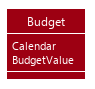
Earlier version of the PlantUML export docs/images/add-budget/BudgetClassDiagram.png (AY1920S1-CS2103T-W12-2/main). Its diagram source:
```plantuml
@startuml








skinparam BackgroundColor #FFFFFFF

skinparam Shadowing false

skinparam MinClassWidth 50
skinparam ParticipantPadding 10
skinparam DefaultTextAlignment center
skinparam packageStyle Rectangle

skinparam defaultFontName Segoe UI

skinparam Class {
    FontColor #FFFFFF
    BorderThickness 1
    BorderColor #FFFFFF
    StereotypeFontColor #FFFFFF
}

skinparam Actor {
    BorderColor #000000
    Color #000000
}

skinparam Sequence {
    MessageAlign center
    BoxFontSize 15
    BoxPadding 0
    BoxFontColor #FFFFFF
}

skinparam Participant {
    FontColor #FFFFFFF
    Padding 20
}


hide footbox
hide members
hide circle
skinparam arrowThickness 1.1
skinparam arrowColor #9D0012
skinparam classBackgroundColor #9D0012
show members

class Budget {
    <color:#white>Calendar
    <color:#white>BudgetValue
}

@enduml
```
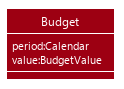
The same diagram one commit later.

What changed in the source:
```diff
@@ -52,8 +52,8 @@
 show members
 
 class Budget {
-    <color:#white>Calendar
-    <color:#white>BudgetValue
+    <color:#white>period:Calendar
+    <color:#white>value:BudgetValue
 }
 
 @enduml
```
